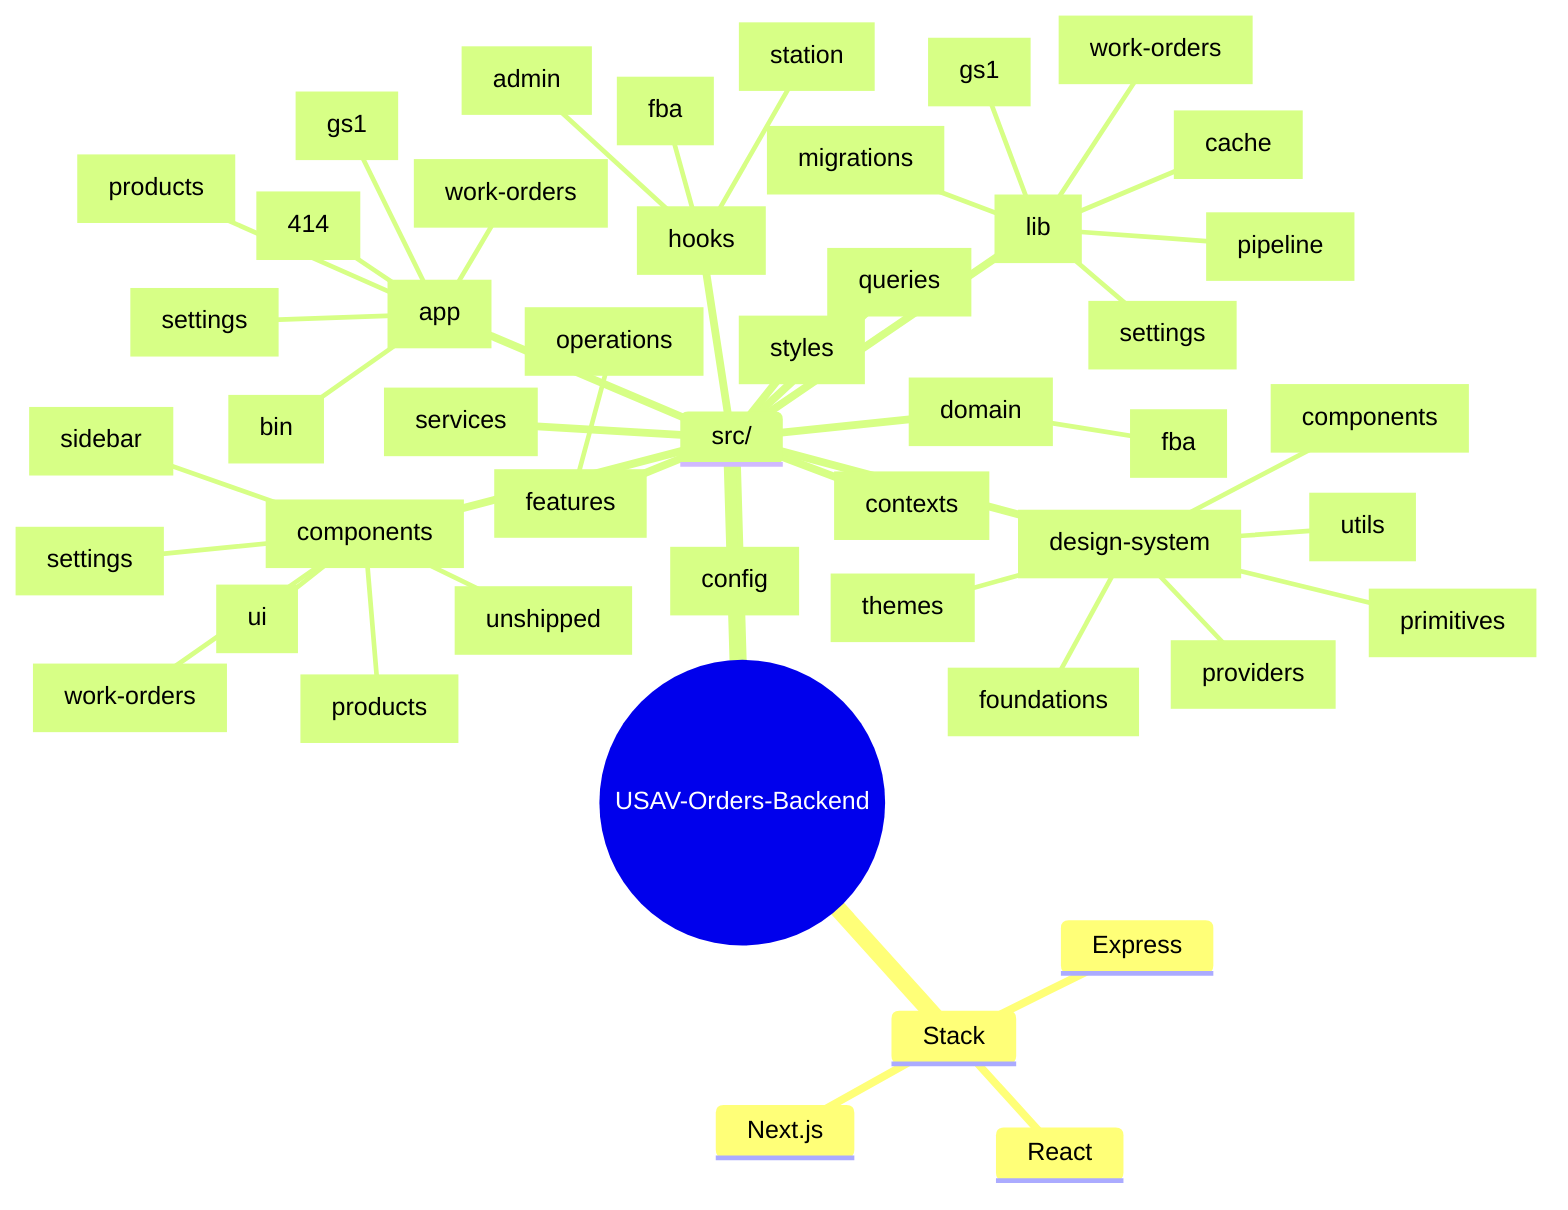
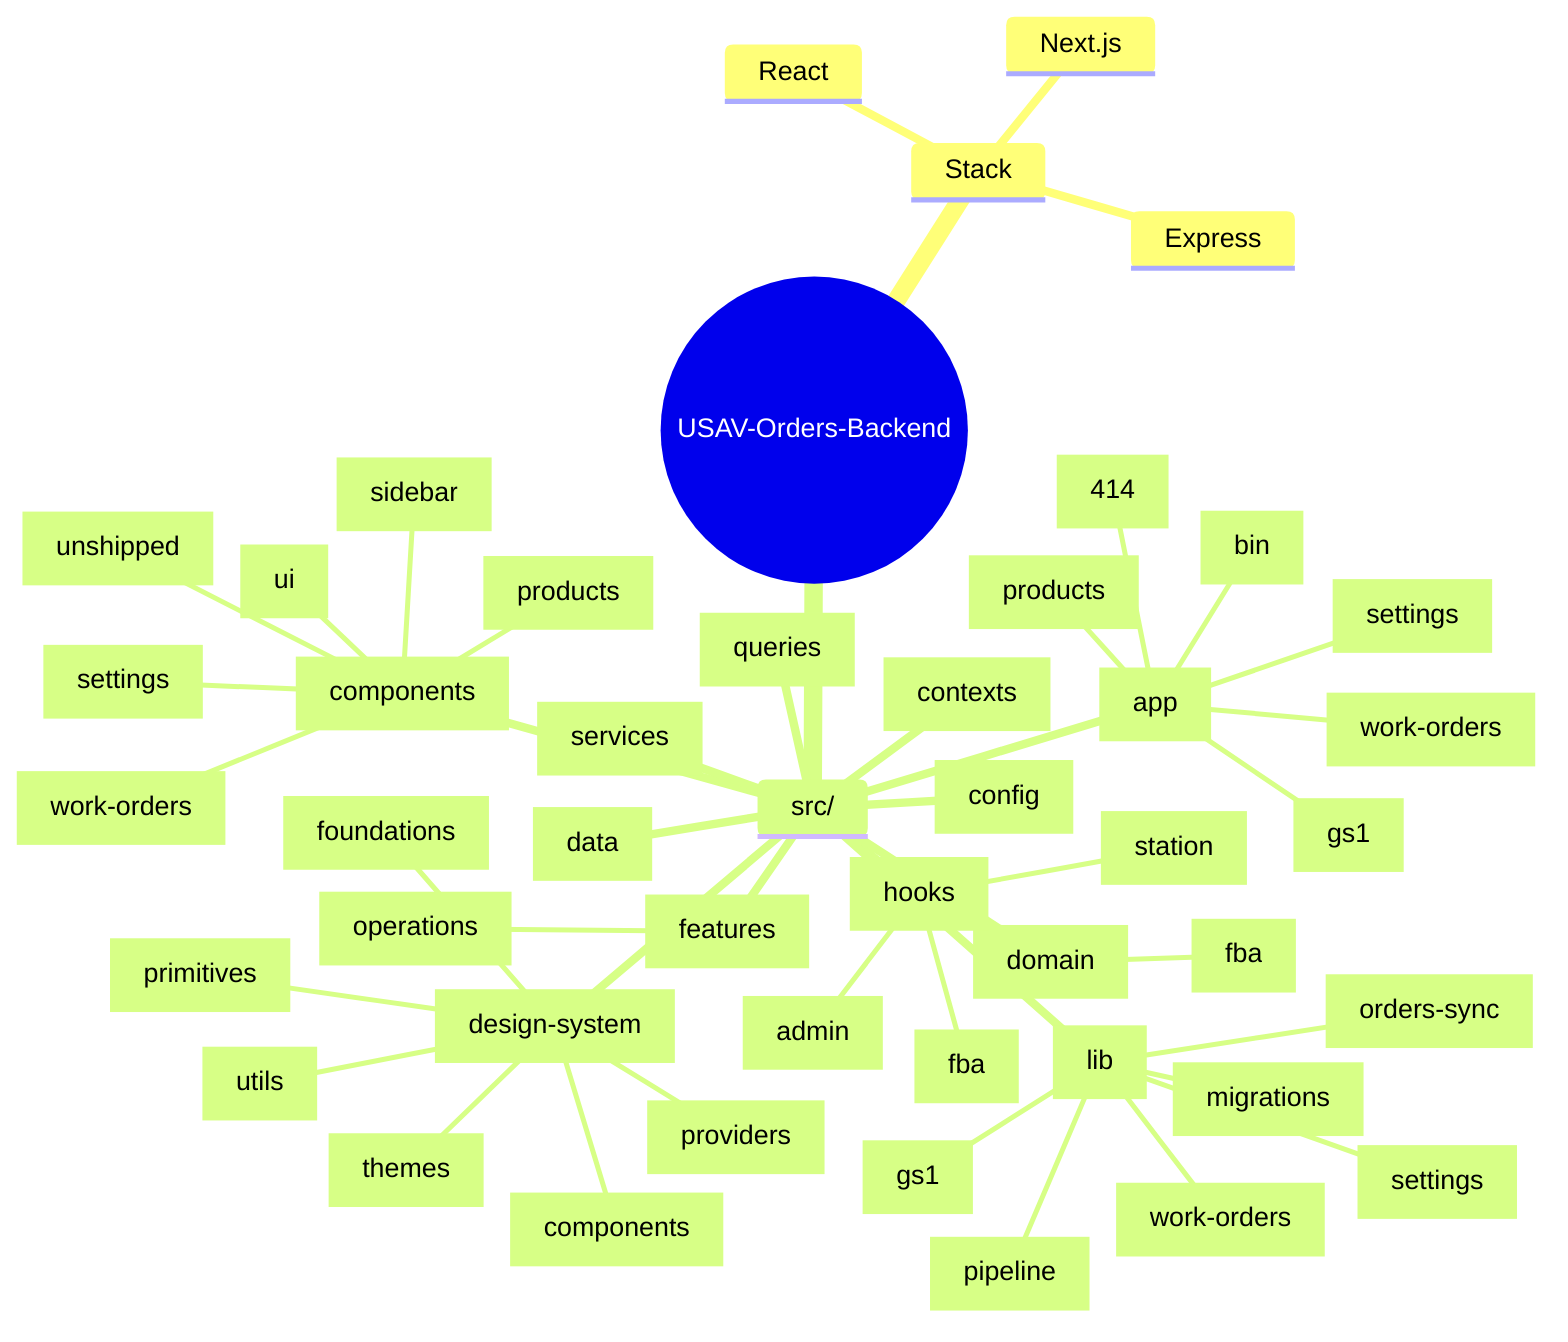
mindmap
  root((USAV-Orders-Backend))
    Stack
      Next.js
      Express
      React
    src/
      app[app]
        414_app[414]
        bin_app[bin]
        gs1_app[gs1]
        products_app[products]
        settings_app[settings]
        work_orders_app[work-orders]
      components[components]
        products_components[products]
        settings_components[settings]
        sidebar_components[sidebar]
        ui_components[ui]
        unshipped_components[unshipped]
        work_orders_components[work-orders]
      config[config]
      contexts[contexts]
+       data[data]
      design_system[design-system]
        components_design_system[components]
        foundations_design_system[foundations]
        primitives_design_system[primitives]
        providers_design_system[providers]
        themes_design_system[themes]
        utils_design_system[utils]
      domain[domain]
        fba_domain[fba]
      features[features]
        operations_features[operations]
      hooks[hooks]
        admin_hooks[admin]
        fba_hooks[fba]
        station_hooks[station]
      lib[lib]
-         cache_lib[cache]
        gs1_lib[gs1]
        migrations_lib[migrations]
+         orders_sync_lib[orders-sync]
        pipeline_lib[pipeline]
        settings_lib[settings]
        work_orders_lib[work-orders]
      queries[queries]
-       services[services]
-       styles[styles]+       services[services]